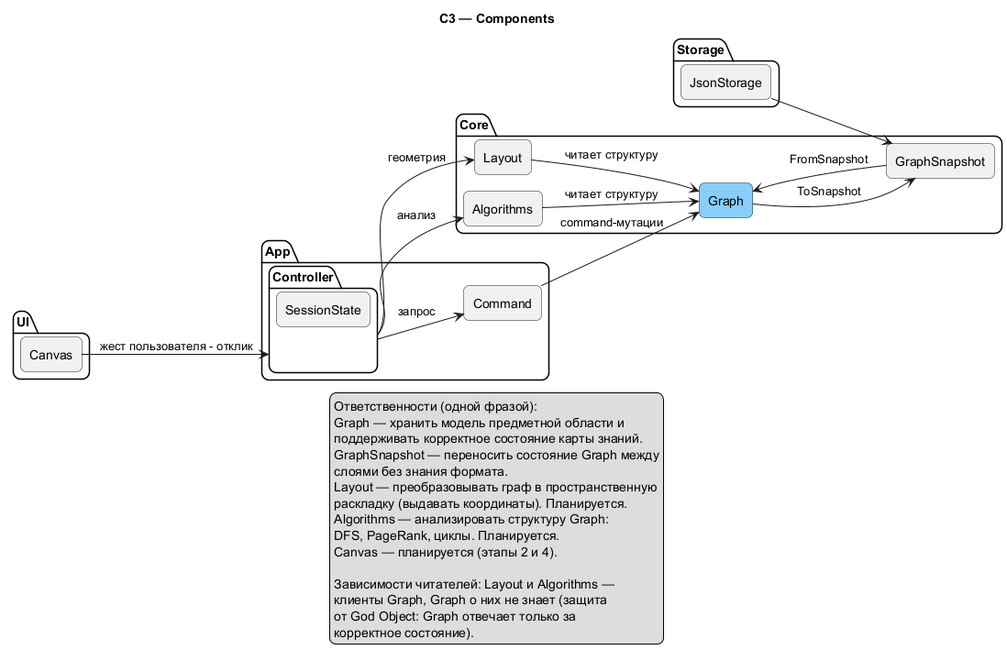
This is docs/assets/c4/C3.png from Anastas2817/ravel-kb, a PlantUML export, as it was before one commit.
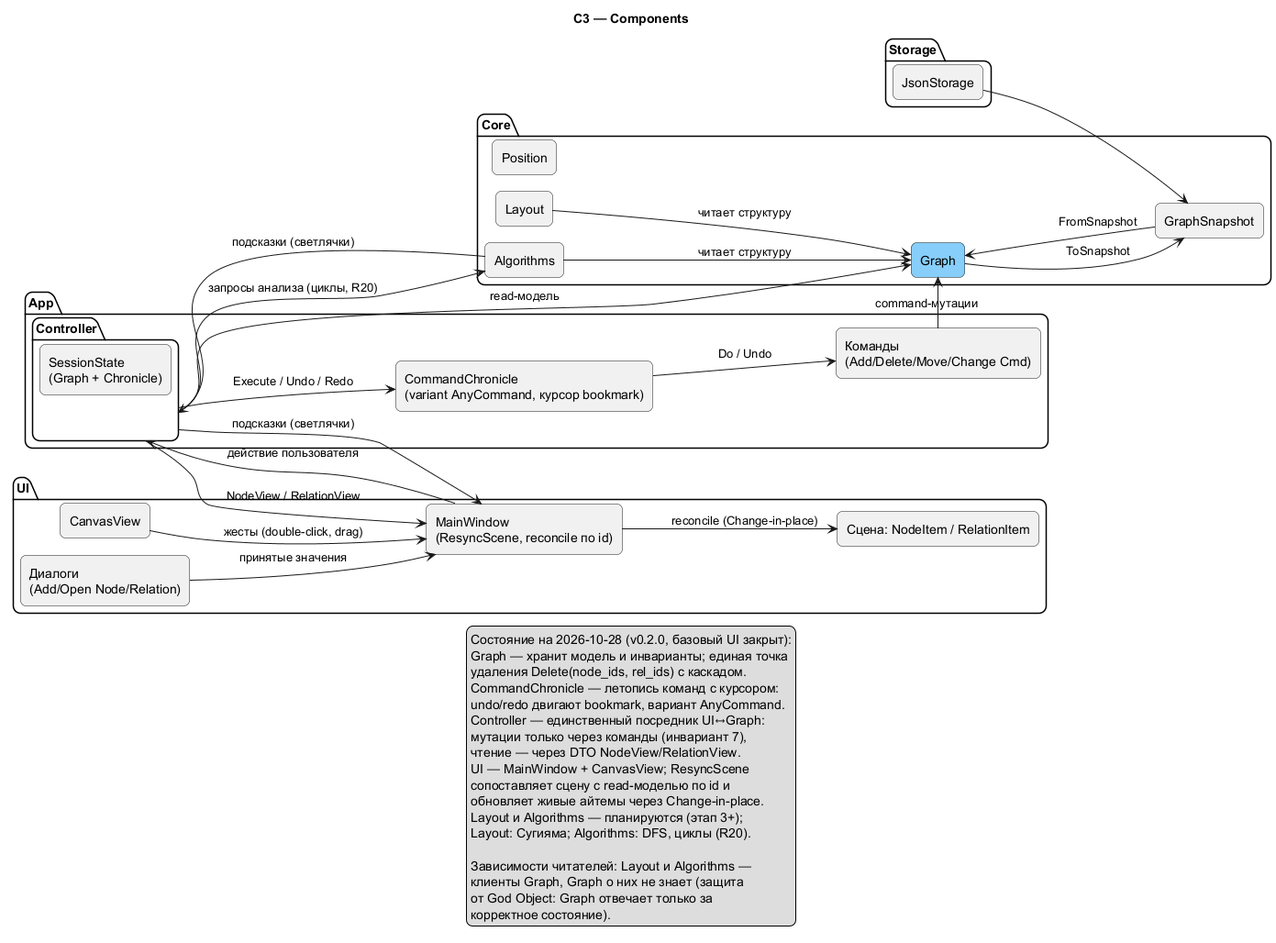
After the commit.

The edit, as a diff of the source:
```diff
@@ -18,6 +18,7 @@
 
   rectangle "Graph" as Graph #LightSkyBlue
   rectangle "GraphSnapshot" as Snapshot
+  rectangle "Position" as Pos
   rectangle "Layout" as Layout
   rectangle "Algorithms" as Algo
 
@@ -29,37 +30,51 @@
 
 package "App" {
   package "Controller" as Ctrl {
-    rectangle "SessionState" as Session
+    rectangle "SessionState\n(Graph + Chronicle)" as Session
   }
-  rectangle "Command" as Cmd
+  rectangle "CommandChronicle\n(variant AnyCommand, курсор bookmark)" as Chron
+  rectangle "Команды\n(Add/Delete/Move/Change Cmd)" as Cmd
 }
 
 package "UI" {
-  rectangle "Canvas" as Canvas
+  rectangle "MainWindow\n(ResyncScene, reconcile по id)" as Win
+  rectangle "CanvasView" as Canvas
+  rectangle "Сцена: NodeItem / RelationItem" as Items
+  rectangle "Диалоги\n(Add/Open Node/Relation)" as Dlg
 }
 
 package "Storage" {
   rectangle "JsonStorage" as JsonS
 }
 
-Ctrl --> Cmd : запрос
+Win --> Ctrl : действие пользователя
+Ctrl --> Chron : Execute / Undo / Redo
+Chron --> Cmd : Do / Undo
 Cmd --> Graph : command-мутации
-Ctrl --> Algo : анализ
-Ctrl --> Layout : геометрия
+Ctrl --> Graph : read-модель
+Ctrl --> Algo : запросы анализа (циклы, R20)
+Algo --> Ctrl : подсказки (светлячки)
+Ctrl --> Win : NodeView / RelationView
+Ctrl --> Win : подсказки (светлячки)
+Win --> Items : reconcile (Change-in-place)
+Canvas --> Win : жесты (double-click, drag)
+Dlg --> Win : принятые значения
 JsonS --> Snapshot
-Canvas --> Ctrl : жест пользователя - отклик
 
 legend bottom
-  Ответственности (одной фразой):
-  Graph — хранить модель предметной области и
-  поддерживать корректное состояние карты знаний.
-  GraphSnapshot — переносить состояние Graph между
-  слоями без знания формата.
-  Layout — преобразовывать граф в пространственную
-  раскладку (выдавать координаты). Планируется.
-  Algorithms — анализировать структуру Graph:
-  DFS, PageRank, циклы. Планируется.
-  Canvas — планируется (этапы 2 и 4).
+  Состояние на 2026-10-28 (v0.2.0, базовый UI закрыт):
+  Graph — хранит модель и инварианты; единая точка
+  удаления Delete(node_ids, rel_ids) с каскадом.
+  CommandChronicle — летопись команд с курсором:
+  undo/redo двигают bookmark, вариант AnyCommand.
+  Controller — единственный посредник UI↔Graph:
+  мутации только через команды (инвариант 7),
+  чтение — через DTO NodeView/RelationView.
+  UI — MainWindow + CanvasView; ResyncScene
+  сопоставляет сцену с read-моделью по id и
+  обновляет живые айтемы через Change-in-place.
+  Layout и Algorithms — планируются (этап 3+);
+  Layout: Сугияма; Algorithms: DFS, циклы (R20).
 
   Зависимости читателей: Layout и Algorithms —
   клиенты Graph, Graph о них не знает (защита
```
